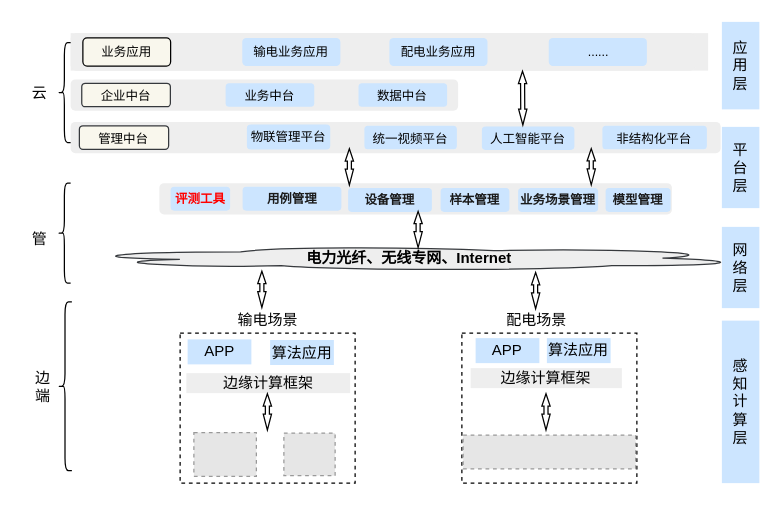
paleblackless/diagrams keeps this draw.io diagram as page "系统逻辑分层组件视图" (1 of 7) of 电力物联网边缘侧场景下视觉算法模型评估验证技术能力提升.drawio. Above is the earlier version. Source tidied: cells renumbered, new cells numbered last; positions are measured from the earlier drawing's top-left corner, leaving out a move shared by most shapes. Both pictures are drawn from the tidied source at 125%, with x=0, y=0 at pixel (21, 21). Pictures stored in the file or linked from it are replaced by grey dashed boxes.
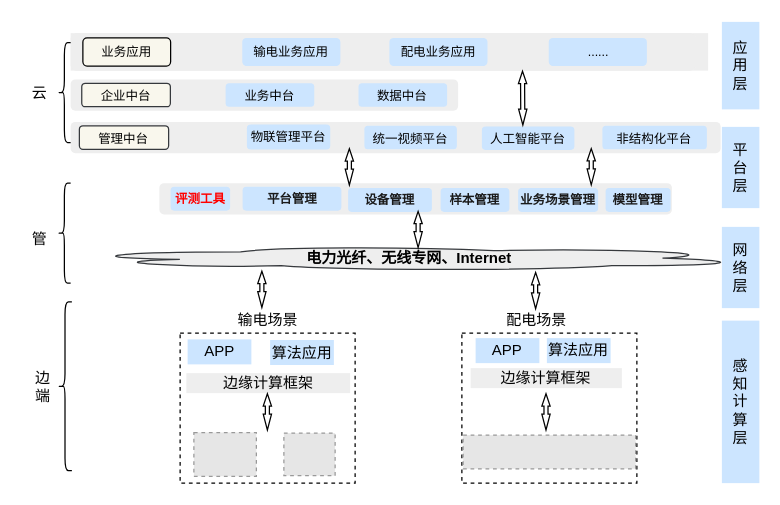
After the change.

Diff of the diagram source:
```diff
@@
-    <mxCell id="62" value="&lt;font color=&quot;#1a1a1a&quot;&gt;&lt;b&gt;用例管理&lt;/b&gt;&lt;/font&gt;" style="rounded=1;whiteSpace=wrap;html=1;fillColor=#cce5ff;strokeColor=none;fontSize=10;" parent="1" vertex="1">
+    <mxCell id="62" value="&lt;font color=&quot;#1a1a1a&quot;&gt;&lt;b&gt;平台管理&lt;/b&gt;&lt;/font&gt;" style="rounded=1;whiteSpace=wrap;html=1;fillColor=#cce5ff;strokeColor=none;fontSize=10;" parent="1" vertex="1">
       <mxGeometry x="176.6" y="131.9" width="79" height="19.1" as="geometry" />
     </mxCell>
```
